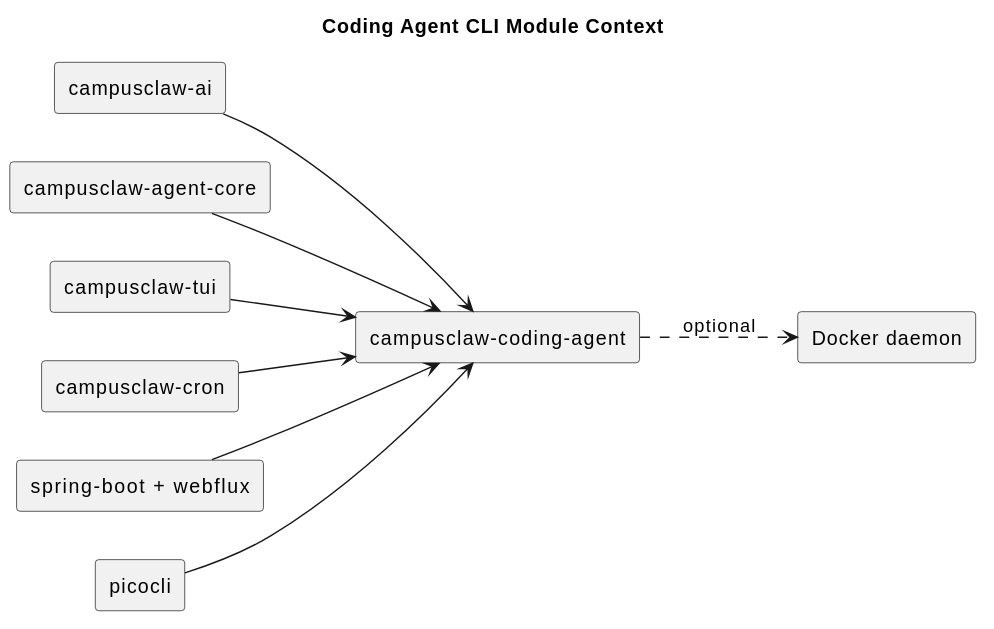
2862282695gjh-afk/pi-mono-java keeps this PlantUML diagram as docs/designs/coding-agent-cli/module-context.svg. Above is the earlier version.
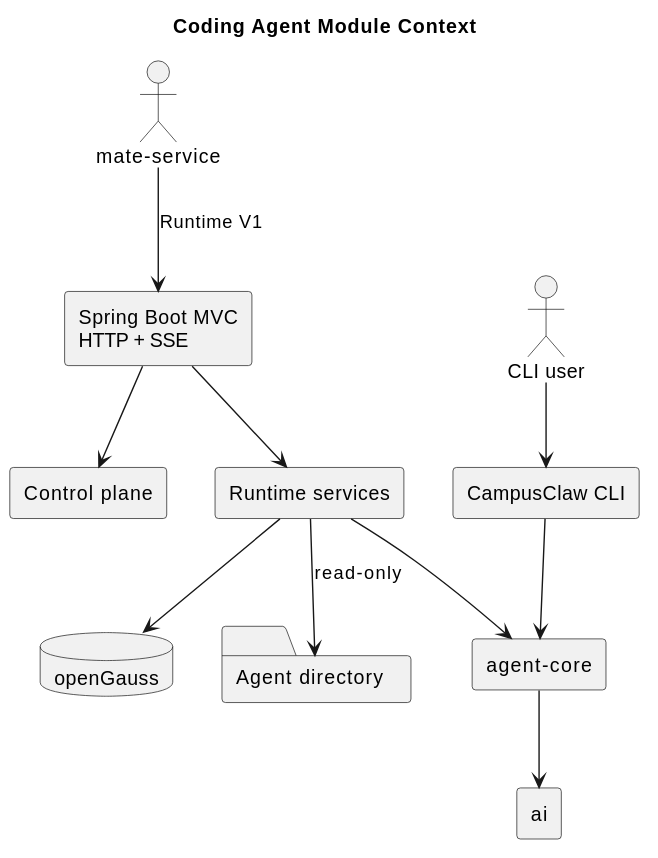
Above is the later version.

Change to the diagram source:
```diff
@@ -1,23 +1,26 @@
 @startuml
-title Coding Agent CLI Module Context
-left to right direction
+title Coding Agent Module Context
 skinparam componentStyle rectangle
 
 
-component "campusclaw-ai" as ai
-component "campusclaw-agent-core" as core
-component "campusclaw-tui" as tui
-component "campusclaw-cron" as cron
-component "campusclaw-coding-agent" as cli
-component "spring-boot + webflux" as spring
-component "picocli" as picocli
-component "Docker daemon" as docker
+actor "mate-service" as Mate
+actor "CLI user" as CliUser
+component "Spring Boot MVC\nHTTP + SSE" as Http
+component "CampusClaw CLI" as Cli
+component "Runtime services" as Runtime
+component "Control plane" as Control
+component "agent-core" as AgentCore
+component "ai" as Ai
+database "openGauss" as Db
+folder "Agent directory" as AgentDir
 
-ai --> cli
-core --> cli
-tui --> cli
-cron --> cli
-spring --> cli
-picocli --> cli
-cli ..> docker : optional
+Mate --> Http : Runtime V1
+Http --> Runtime
+Http --> Control
+Runtime --> AgentCore
+Runtime --> Db
+Runtime --> AgentDir : read-only
+AgentCore --> Ai
+CliUser --> Cli
+Cli --> AgentCore
 @enduml
```
